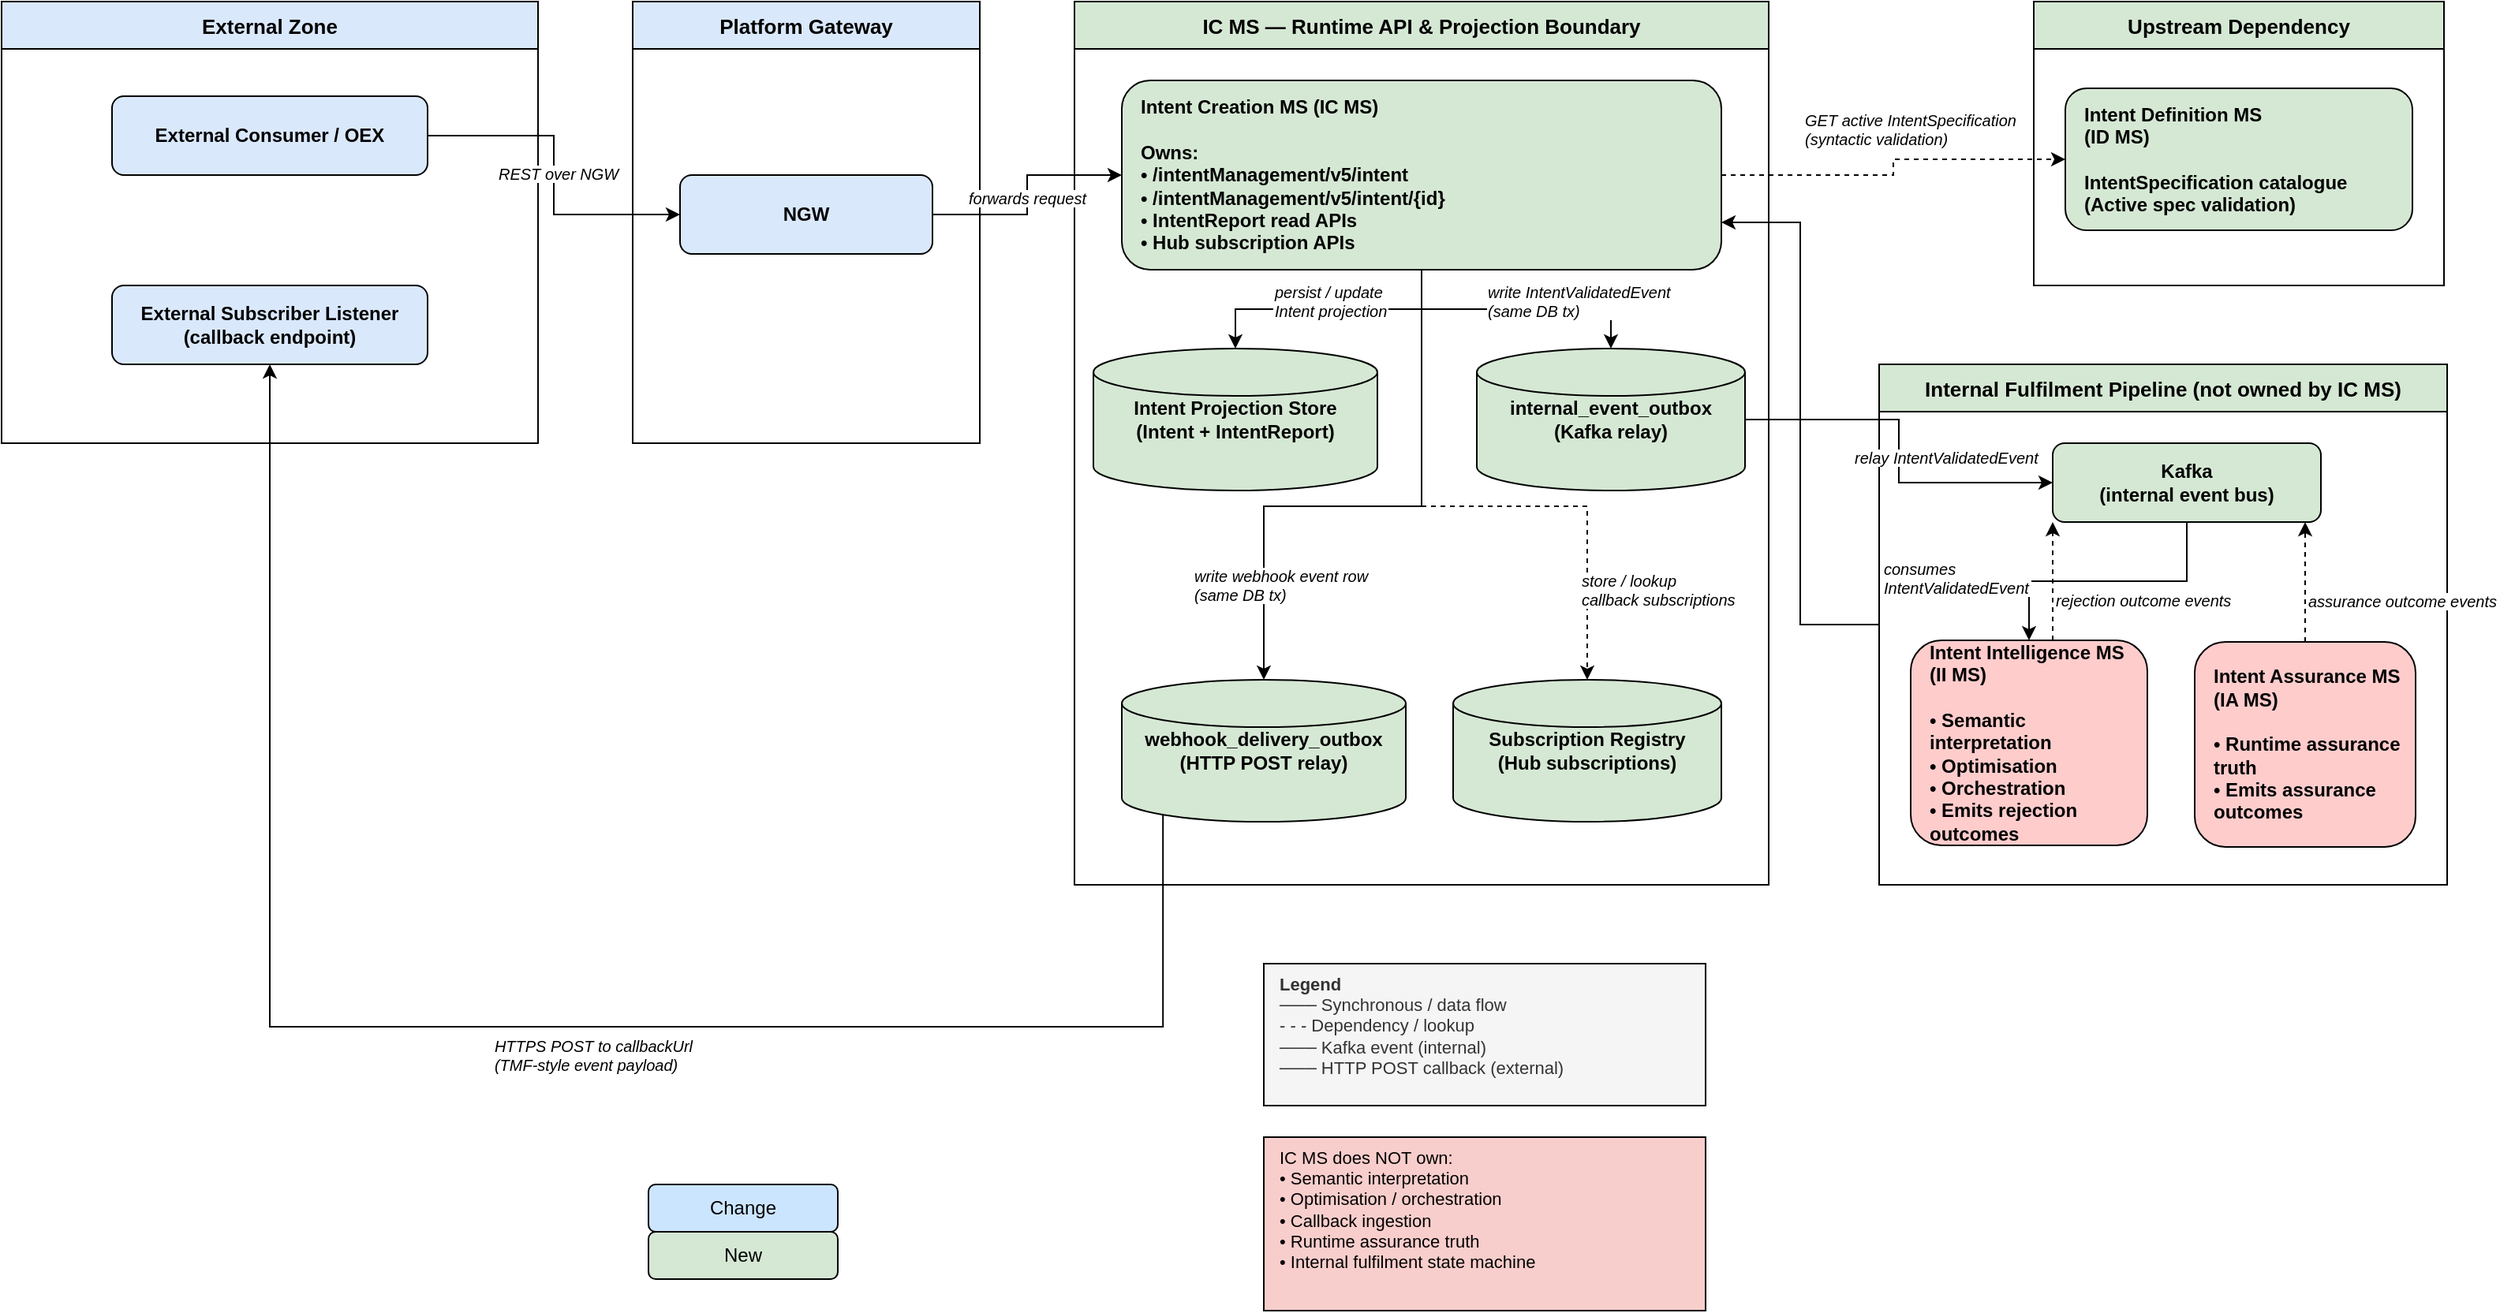
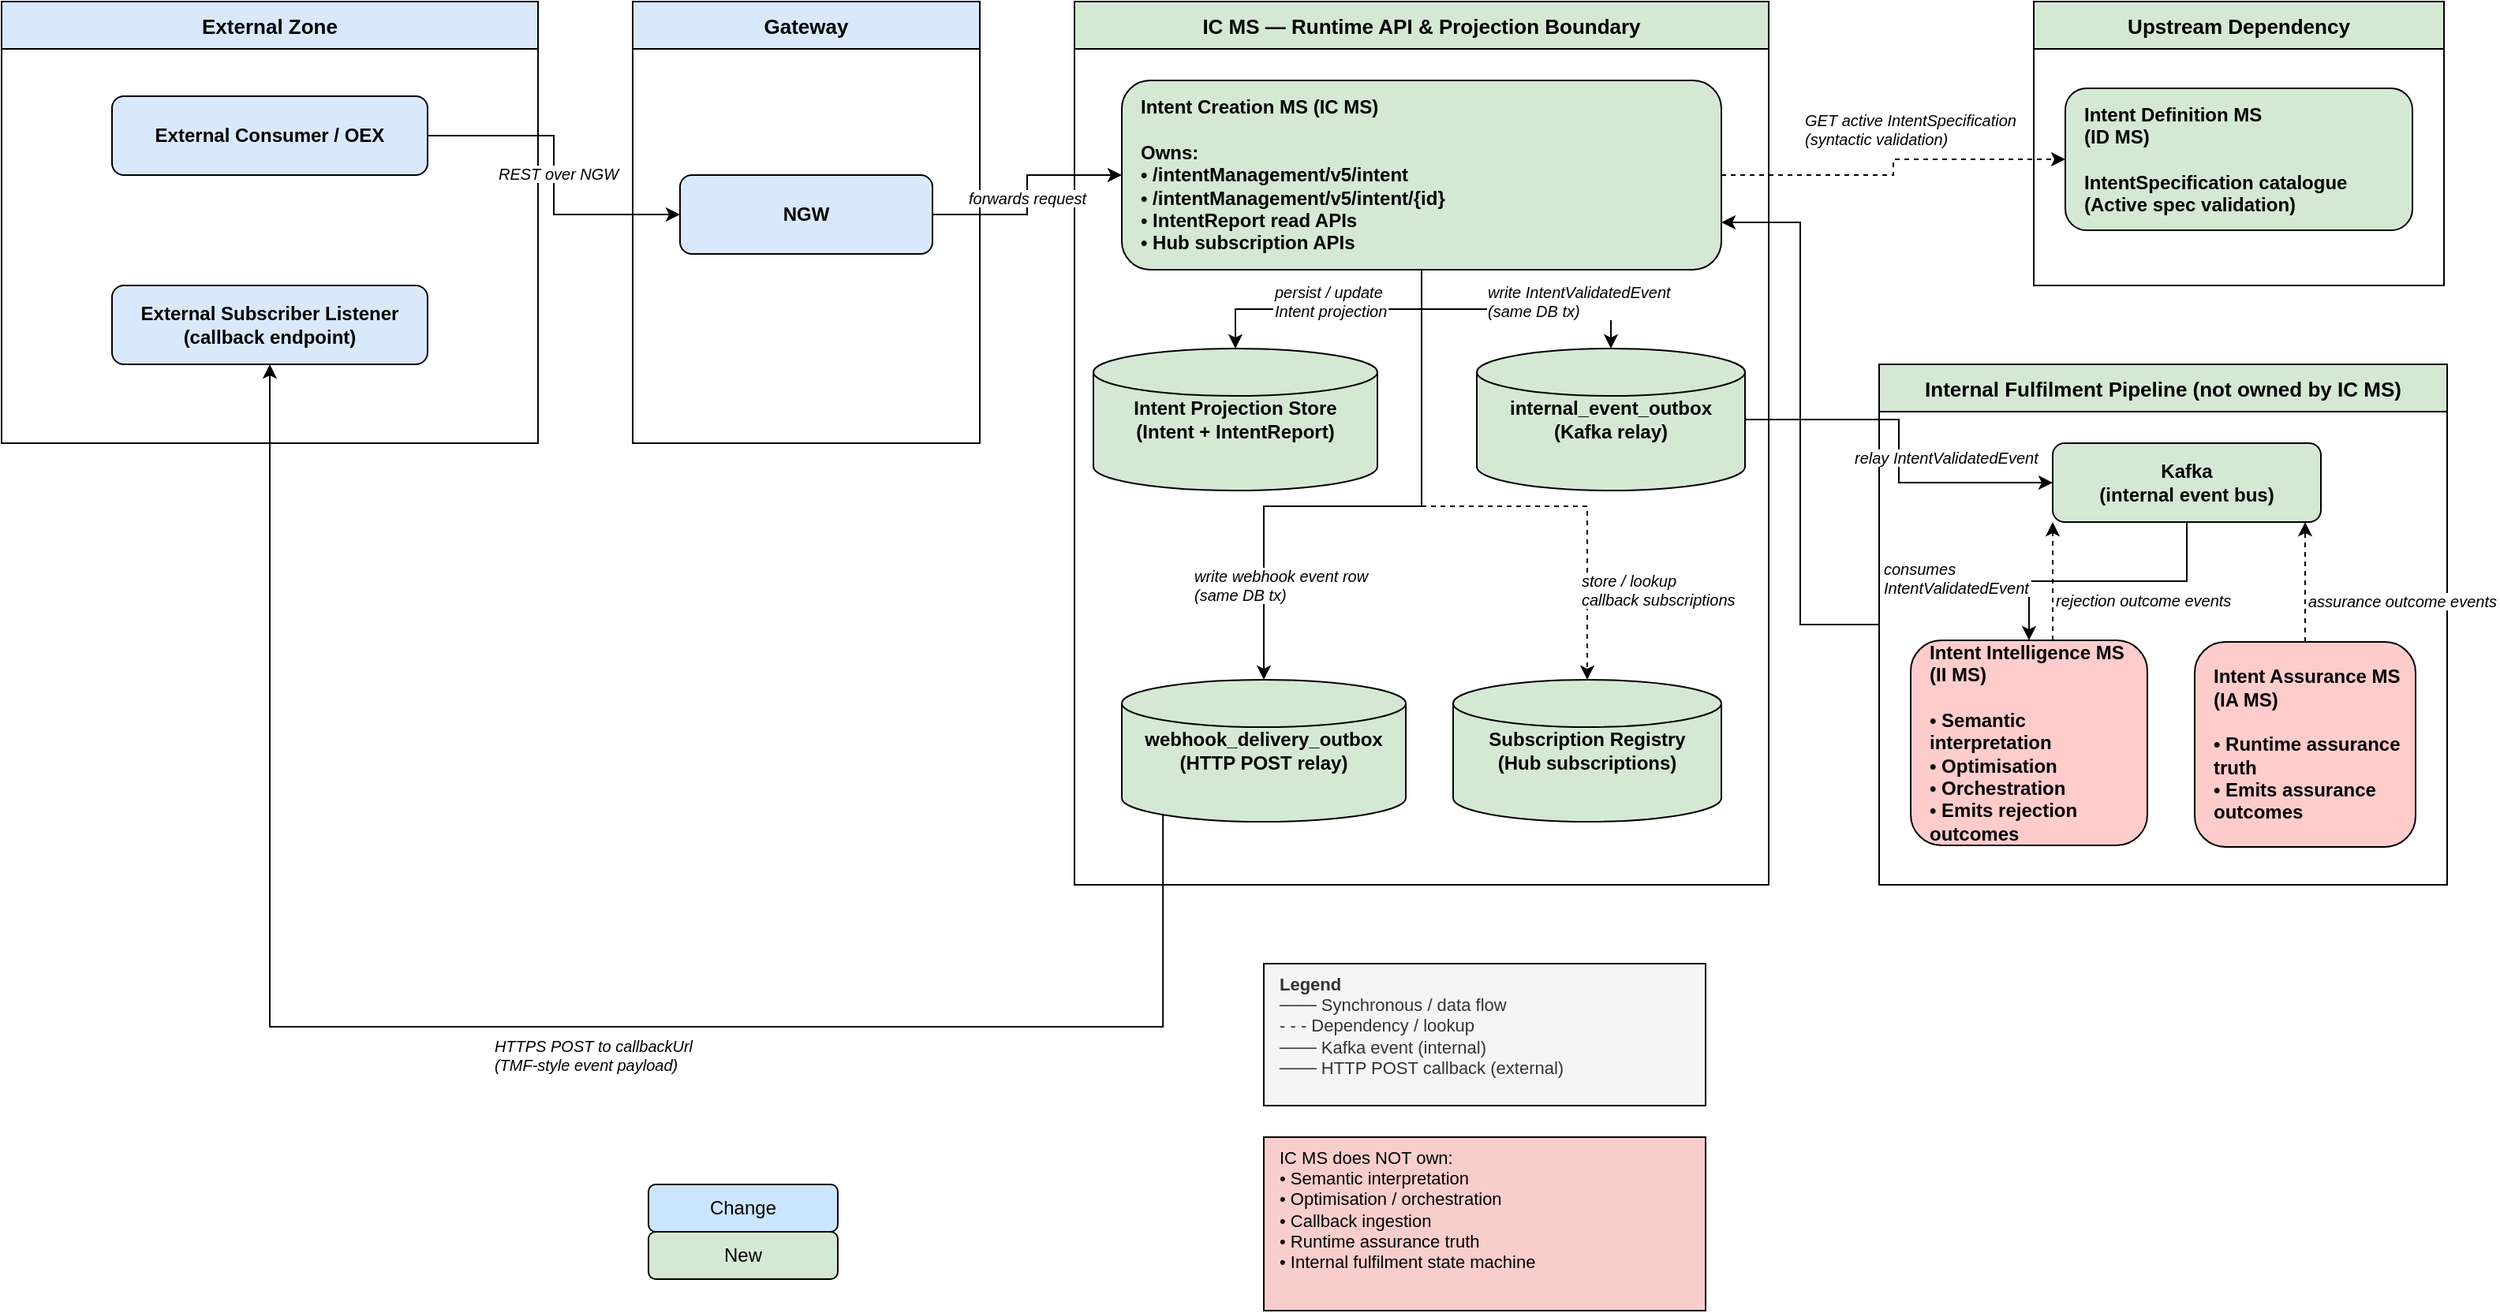
<mxfile host="app.diagrams.net" agent="Perplexity">
  <diagram name="IC MS - Logical View" id="ic-ms-logical-view">
    <mxGraphModel dx="1677" dy="1003" grid="1" gridSize="10" guides="1" tooltips="1" connect="1" arrows="1" fold="1" page="1" pageScale="1" pageWidth="1654" pageHeight="1169" math="0" shadow="0">
      <root>
        <mxCell id="0" />
        <mxCell id="1" parent="0" />
        <mxCell id="zone_external" parent="1" style="swimlane;startSize=30;fillColor=#dae8fc;strokeColor=default;fontStyle=1;fontSize=13;horizontal=1;container=0;" value="External Zone" vertex="1">
          <mxGeometry height="280" width="340" x="40" y="40" as="geometry" />
        </mxCell>
-         <mxCell id="zone_gateway" parent="1" style="swimlane;startSize=30;fillColor=#dae8fc;strokeColor=default;fontStyle=1;fontSize=13;horizontal=1;container=0;" value="Platform Gateway" vertex="1">
+         <mxCell id="zone_gateway" parent="1" style="swimlane;startSize=30;fillColor=#dae8fc;strokeColor=default;fontStyle=1;fontSize=13;horizontal=1;container=0;" value="Gateway" vertex="1">
          <mxGeometry height="280" width="220" x="440" y="40" as="geometry" />
        </mxCell>
        <mxCell id="zone_icms" parent="1" style="swimlane;startSize=30;fillColor=#d5e8d4;strokeColor=default;fontStyle=1;fontSize=13;horizontal=1;container=0;" value="IC MS — Runtime API &amp; Projection Boundary" vertex="1">
          <mxGeometry height="560" width="440" x="720" y="40" as="geometry" />
        </mxCell>
        <mxCell id="zone_idms" parent="1" style="swimlane;startSize=30;fillColor=#d5e8d4;strokeColor=default;fontStyle=1;fontSize=13;horizontal=1;container=0;" value="Upstream Dependency" vertex="1">
          <mxGeometry height="180" width="260" x="1328" y="40" as="geometry" />
        </mxCell>
        <mxCell id="0MlcjW0cjBZ2ITzH3IxV-1" edge="1" parent="1" source="zone_internal" style="edgeStyle=orthogonalEdgeStyle;rounded=0;orthogonalLoop=1;jettySize=auto;html=1;entryX=1;entryY=0.75;entryDx=0;entryDy=0;fillColor=#d5e8d4;strokeColor=default;" target="icms_core">
          <mxGeometry relative="1" as="geometry" />
        </mxCell>
        <mxCell id="zone_internal" parent="1" style="swimlane;startSize=30;fillColor=#d5e8d4;strokeColor=default;fontStyle=1;fontSize=13;horizontal=1;container=0;" value="Internal Fulfilment Pipeline (not owned by IC MS)" vertex="1">
          <mxGeometry height="330" width="360" x="1230" y="270" as="geometry" />
        </mxCell>
        <mxCell id="e1" edge="1" parent="1" source="ext_consumer" style="edgeStyle=orthogonalEdgeStyle;rounded=0;" target="gateway">
          <mxGeometry relative="1" as="geometry" />
        </mxCell>
        <mxCell id="e1_lbl" connectable="0" parent="e1" style="edgeLabel;fontSize=10;fontStyle=2;container=0;" value="REST over NGW" vertex="1">
          <mxGeometry relative="0.5" as="geometry">
            <mxPoint x="-37" y="-13" as="offset" />
          </mxGeometry>
        </mxCell>
        <mxCell id="e2" edge="1" parent="1" source="gateway" style="edgeStyle=orthogonalEdgeStyle;rounded=0;" target="icms_core">
          <mxGeometry relative="1" as="geometry" />
        </mxCell>
        <mxCell id="e2_lbl" connectable="0" parent="e2" style="edgeLabel;fontSize=10;fontStyle=2;container=0;" value="forwards request" vertex="1">
          <mxGeometry relative="0.5" as="geometry">
            <mxPoint x="-39" y="-10" as="offset" />
          </mxGeometry>
        </mxCell>
        <mxCell id="e3" edge="1" parent="1" source="icms_core" style="edgeStyle=orthogonalEdgeStyle;rounded=0;dashed=1;fillColor=#d5e8d4;strokeColor=default;" target="idms">
          <mxGeometry relative="1" as="geometry" />
        </mxCell>
        <mxCell id="e3_lbl" connectable="0" parent="e3" style="edgeLabel;fontSize=10;fontStyle=2;container=0;" value="GET active IntentSpecification&#xa;(syntactic validation)" vertex="1">
          <mxGeometry relative="0.5" as="geometry">
            <mxPoint x="-58" y="-42" as="offset" />
          </mxGeometry>
        </mxCell>
        <mxCell id="e4" edge="1" parent="1" source="icms_core" style="edgeStyle=orthogonalEdgeStyle;rounded=0;fillColor=#d5e8d4;strokeColor=default;" target="intent_store">
          <mxGeometry relative="1" as="geometry" />
        </mxCell>
        <mxCell id="e4_lbl" connectable="0" parent="e4" style="edgeLabel;fontSize=10;fontStyle=2;container=0;" value="persist / update&#xa;Intent projection" vertex="1">
          <mxGeometry relative="0.5" as="geometry">
            <mxPoint x="-36" y="-23" as="offset" />
          </mxGeometry>
        </mxCell>
        <mxCell id="e5" edge="1" parent="1" source="icms_core" style="edgeStyle=orthogonalEdgeStyle;rounded=0;fillColor=#d5e8d4;strokeColor=default;" target="int_outbox">
          <mxGeometry relative="1" as="geometry" />
        </mxCell>
        <mxCell id="e5_lbl" connectable="0" parent="e5" style="edgeLabel;fontSize=10;fontStyle=2;container=0;" value="write IntentValidatedEvent&#xa;(same DB tx)" vertex="1">
          <mxGeometry relative="0.5" as="geometry">
            <mxPoint x="-20" y="-23" as="offset" />
          </mxGeometry>
        </mxCell>
        <mxCell id="e6" edge="1" parent="1" source="int_outbox" style="edgeStyle=orthogonalEdgeStyle;rounded=0;fillColor=#d5e8d4;strokeColor=default;" target="kafka">
          <mxGeometry relative="1" as="geometry" />
        </mxCell>
        <mxCell id="e6_lbl" connectable="0" parent="e6" style="edgeLabel;fontSize=10;fontStyle=2;container=0;" value="relay IntentValidatedEvent" vertex="1">
          <mxGeometry relative="0.5" as="geometry">
            <mxPoint x="-30" y="-8" as="offset" />
          </mxGeometry>
        </mxCell>
        <mxCell id="e7" edge="1" parent="1" source="kafka" style="edgeStyle=orthogonalEdgeStyle;rounded=0;fillColor=#d5e8d4;strokeColor=default;" target="iims">
          <mxGeometry relative="1" as="geometry" />
        </mxCell>
        <mxCell id="e7_lbl" connectable="0" parent="e7" style="edgeLabel;fontSize=10;fontStyle=2;container=0;" value="consumes&#xa;IntentValidatedEvent" vertex="1">
          <mxGeometry relative="0.5" as="geometry">
            <mxPoint x="-144" y="-20" as="offset" />
          </mxGeometry>
        </mxCell>
        <mxCell id="e8" edge="1" parent="1" source="iims" style="edgeStyle=orthogonalEdgeStyle;rounded=0;dashed=1;fillColor=#d5e8d4;strokeColor=default;" target="kafka">
          <mxGeometry relative="1" as="geometry">
            <Array as="points">
              <mxPoint x="1310" y="490" />
              <mxPoint x="1380" y="490" />
              <mxPoint x="1380" y="360" />
            </Array>
          </mxGeometry>
        </mxCell>
        <mxCell id="e8_lbl" connectable="0" parent="e8" style="edgeLabel;fontSize=10;fontStyle=2;container=0;" value="rejection outcome events" vertex="1">
          <mxGeometry relative="0.5" as="geometry" />
        </mxCell>
        <mxCell id="e9" edge="1" parent="1" source="iams" style="edgeStyle=orthogonalEdgeStyle;rounded=0;dashed=1;fillColor=#d5e8d4;strokeColor=default;" target="kafka">
          <mxGeometry relative="1" as="geometry">
            <Array as="points">
              <mxPoint x="1450" y="490" />
              <mxPoint x="1450" y="360" />
            </Array>
          </mxGeometry>
        </mxCell>
        <mxCell id="e9_lbl" connectable="0" parent="e9" style="edgeLabel;fontSize=10;fontStyle=2;container=0;" value="assurance outcome events" vertex="1">
          <mxGeometry relative="0.5" as="geometry" />
        </mxCell>
        <mxCell id="e11" edge="1" parent="1" source="icms_core" style="edgeStyle=orthogonalEdgeStyle;rounded=0;fillColor=#d5e8d4;strokeColor=default;" target="webhook_outbox">
          <mxGeometry relative="1" as="geometry">
            <Array as="points">
              <mxPoint x="940" y="360" />
              <mxPoint x="840" y="360" />
            </Array>
          </mxGeometry>
        </mxCell>
        <mxCell id="e11_lbl" connectable="0" parent="e11" style="edgeLabel;fontSize=10;fontStyle=2;container=0;" value="write webhook event row&#xa;(same DB tx)" vertex="1">
          <mxGeometry relative="0.5" as="geometry">
            <mxPoint x="-116" y="32" as="offset" />
          </mxGeometry>
        </mxCell>
        <mxCell id="e12" edge="1" parent="1" source="webhook_outbox" style="edgeStyle=orthogonalEdgeStyle;rounded=0;strokeColor=default;exitX=0.145;exitY=1;exitDx=0;exitDy=-4.35;exitPerimeter=0;" target="ext_subscriber">
          <mxGeometry relative="1" as="geometry">
            <Array as="points">
              <mxPoint x="776" y="690" />
              <mxPoint x="210" y="690" />
            </Array>
          </mxGeometry>
        </mxCell>
        <mxCell id="e12_lbl" connectable="0" parent="e12" style="edgeLabel;fontSize=10;fontStyle=2;container=0;" value="HTTPS POST to callbackUrl&#xa;(TMF-style event payload)" vertex="1">
          <mxGeometry relative="0.5" as="geometry" />
        </mxCell>
        <mxCell id="e13" edge="1" parent="1" source="icms_core" style="edgeStyle=orthogonalEdgeStyle;rounded=0;dashed=1;fillColor=#d5e8d4;strokeColor=default;" target="sub_registry">
          <mxGeometry relative="1" as="geometry">
            <Array as="points">
              <mxPoint x="940" y="360" />
              <mxPoint x="1045" y="360" />
            </Array>
          </mxGeometry>
        </mxCell>
        <mxCell id="e13_lbl" connectable="0" parent="e13" style="edgeLabel;fontSize=10;fontStyle=2;container=0;" value="store / lookup&#xa;callback subscriptions" vertex="1">
          <mxGeometry relative="0.5" as="geometry">
            <mxPoint x="67" y="35" as="offset" />
          </mxGeometry>
        </mxCell>
        <mxCell id="legend" parent="1" style="text;html=1;strokeColor=default;fillColor=#f5f5f5;align=left;verticalAlign=top;spacingLeft=8;fontSize=11;fontColor=#333333;container=0;" value="&lt;b&gt;Legend&lt;/b&gt;&#xa;─── Synchronous / data flow&#xa;- - - Dependency / lookup&#xa;─── Kafka event (internal)&#xa;─── HTTP POST callback (external)" vertex="1">
          <mxGeometry height="90" width="280" x="840" y="650" as="geometry" />
        </mxCell>
        <mxCell id="not_owned_note" parent="1" style="text;html=1;strokeColor=default;fillColor=#f8cecc;align=left;verticalAlign=top;spacingLeft=8;fontSize=11;container=0;" value="IC MS does NOT own:&#xa;• Semantic interpretation&#xa;• Optimisation / orchestration&#xa;• Callback ingestion&#xa;• Runtime assurance truth&#xa;• Internal fulfilment state machine" vertex="1">
          <mxGeometry height="110" width="280" x="840" y="760" as="geometry" />
        </mxCell>
        <mxCell id="ext_consumer" parent="1" style="rounded=1;whiteSpace=wrap;html=1;fillColor=#dae8fc;strokeColor=default;fontStyle=1;fontSize=12;container=0;" value="External Consumer / OEX" vertex="1">
          <mxGeometry height="50" width="200" x="110" y="100" as="geometry" />
        </mxCell>
        <mxCell id="ext_subscriber" parent="1" style="rounded=1;whiteSpace=wrap;html=1;fillColor=#dae8fc;strokeColor=default;fontStyle=1;fontSize=12;container=0;" value="External Subscriber Listener&#xa;(callback endpoint)" vertex="1">
          <mxGeometry height="50" width="200" x="110" y="220" as="geometry" />
        </mxCell>
        <mxCell id="gateway" parent="1" style="rounded=1;whiteSpace=wrap;html=1;fillColor=#dae8fc;strokeColor=default;fontStyle=1;fontSize=12;container=0;" value="NGW" vertex="1">
          <mxGeometry height="50" width="160" x="470" y="150" as="geometry" />
        </mxCell>
        <mxCell id="icms_core" parent="1" style="rounded=1;whiteSpace=wrap;html=1;fillColor=#d5e8d4;strokeColor=default;fontStyle=1;fontSize=12;align=left;spacingLeft=10;container=0;" value="Intent Creation MS (IC MS)&#xa;&#xa;Owns:&#xa;• /intentManagement/v5/intent&#xa;• /intentManagement/v5/intent/{id}&#xa;• IntentReport read APIs&#xa;• Hub subscription APIs" vertex="1">
          <mxGeometry height="120" width="380" x="750" y="90" as="geometry" />
        </mxCell>
        <mxCell id="intent_store" parent="1" style="shape=cylinder3;whiteSpace=wrap;html=1;fillColor=#d5e8d4;strokeColor=default;fontStyle=1;fontSize=12;container=0;" value="Intent Projection Store&#xa;(Intent + IntentReport)" vertex="1">
          <mxGeometry height="90" width="180" x="732" y="260" as="geometry" />
        </mxCell>
        <mxCell id="int_outbox" parent="1" style="shape=cylinder3;whiteSpace=wrap;html=1;fillColor=#d5e8d4;strokeColor=default;fontStyle=1;fontSize=12;container=0;" value="internal_event_outbox&#xa;(Kafka relay)" vertex="1">
          <mxGeometry height="90" width="170" x="975" y="260" as="geometry" />
        </mxCell>
        <mxCell id="webhook_outbox" parent="1" style="shape=cylinder3;whiteSpace=wrap;html=1;fillColor=#d5e8d4;strokeColor=default;fontStyle=1;fontSize=12;container=0;" value="webhook_delivery_outbox&#xa;(HTTP POST relay)" vertex="1">
          <mxGeometry height="90" width="180" x="750" y="470" as="geometry" />
        </mxCell>
        <mxCell id="sub_registry" parent="1" style="shape=cylinder3;whiteSpace=wrap;html=1;fillColor=#d5e8d4;strokeColor=default;fontStyle=1;fontSize=12;container=0;" value="Subscription Registry&#xa;(Hub subscriptions)" vertex="1">
          <mxGeometry height="90" width="170" x="960" y="470" as="geometry" />
        </mxCell>
        <mxCell id="idms" parent="1" style="rounded=1;whiteSpace=wrap;html=1;fillColor=#d5e8d4;strokeColor=default;fontStyle=1;fontSize=12;align=left;spacingLeft=10;container=0;" value="Intent Definition MS&#xa;(ID MS)&#xa;&#xa;IntentSpecification catalogue&#xa;(Active spec validation)" vertex="1">
          <mxGeometry height="90" width="220" x="1348" y="95" as="geometry" />
        </mxCell>
        <mxCell id="kafka" parent="1" style="rounded=1;whiteSpace=wrap;html=1;fillColor=#d5e8d4;strokeColor=default;fontStyle=1;fontSize=12;container=0;" value="Kafka&#xa;(internal event bus)" vertex="1">
          <mxGeometry height="50" width="170" x="1340" y="320" as="geometry" />
        </mxCell>
        <mxCell id="iims" parent="1" style="rounded=1;whiteSpace=wrap;html=1;fillColor=#ffcccc;strokeColor=default;fontStyle=1;fontSize=12;align=left;spacingLeft=10;container=0;" value="Intent Intelligence MS&lt;br&gt;(II MS)&lt;br&gt;&lt;br&gt;• Semantic interpretation&lt;br&gt;• Optimisation&lt;br&gt;• Orchestration&lt;br&gt;• Emits rejection outcomes" vertex="1">
          <mxGeometry height="130" width="150" x="1250" y="445" as="geometry" />
        </mxCell>
        <mxCell id="iams" parent="1" style="rounded=1;whiteSpace=wrap;html=1;fillColor=#ffcccc;strokeColor=default;fontStyle=1;fontSize=12;align=left;spacingLeft=10;container=0;" value="Intent Assurance MS&#xa;(IA MS)&#xa;&#xa;• Runtime assurance truth&#xa;• Emits assurance outcomes" vertex="1">
          <mxGeometry height="130" width="140" x="1430" y="446" as="geometry" />
        </mxCell>
        <mxCell id="ma1IJRqoZw26cP_ZFZYU-2" parent="1" style="rounded=1;whiteSpace=wrap;html=1;fillColor=#cce5ff;strokeColor=default;" value="Change" vertex="1">
          <mxGeometry height="30" width="120" x="450" y="790" as="geometry" />
        </mxCell>
        <mxCell id="ma1IJRqoZw26cP_ZFZYU-3" parent="1" style="rounded=1;whiteSpace=wrap;html=1;fillColor=#d5e8d4;strokeColor=default;" value="New" vertex="1">
          <mxGeometry height="30" width="120" x="450" y="820" as="geometry" />
        </mxCell>
      </root>
    </mxGraphModel>
  </diagram>
</mxfile>
